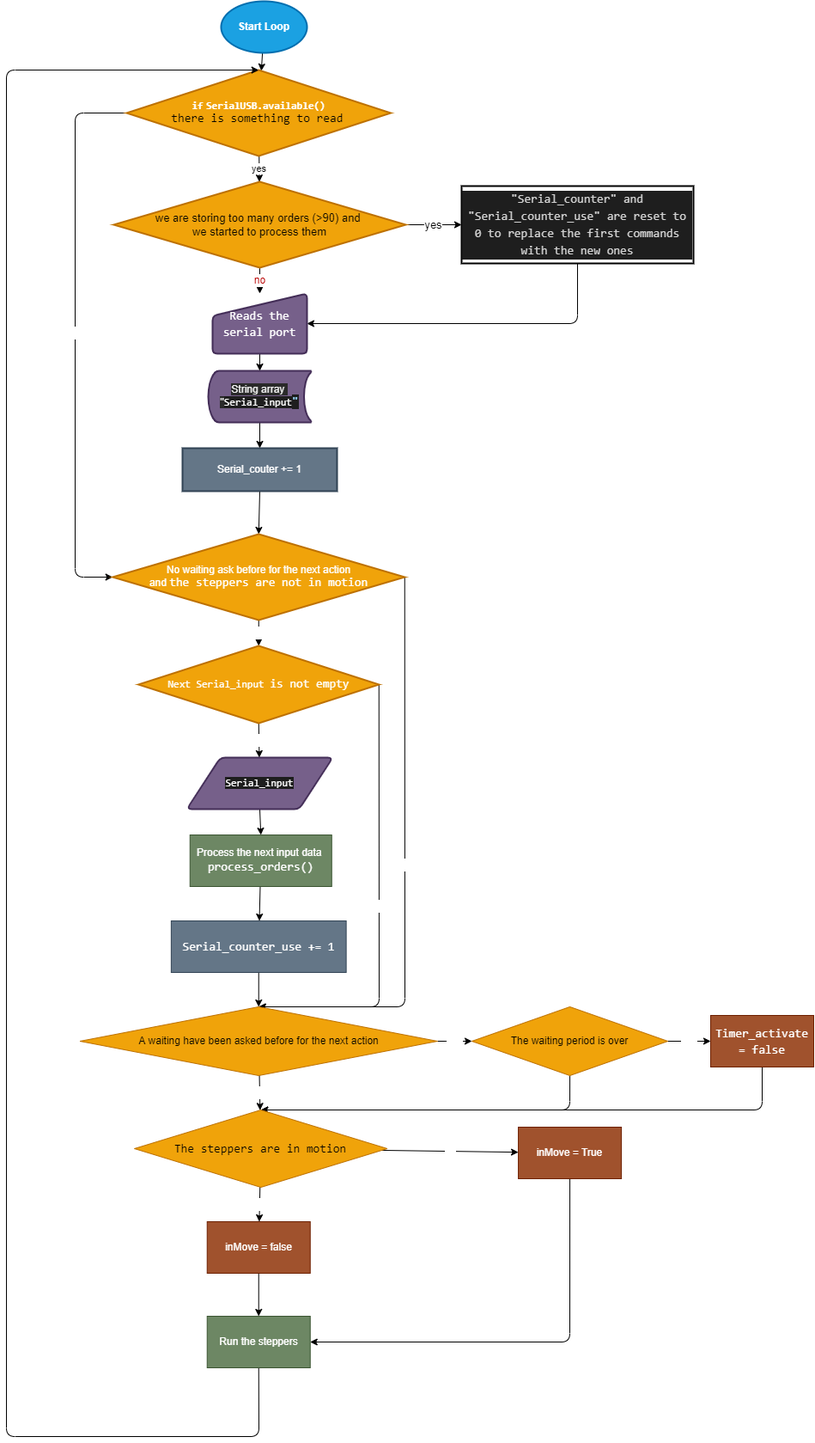
Above: Flow charts/main_loop.png in Thibault-GILLARD/Blue_Robot_2022 (draw.io), before the change. Source tidied: cells renumbered, new cells last; positions are measured from the earlier drawing's top-left corner, leaving out a move shared by most shapes.
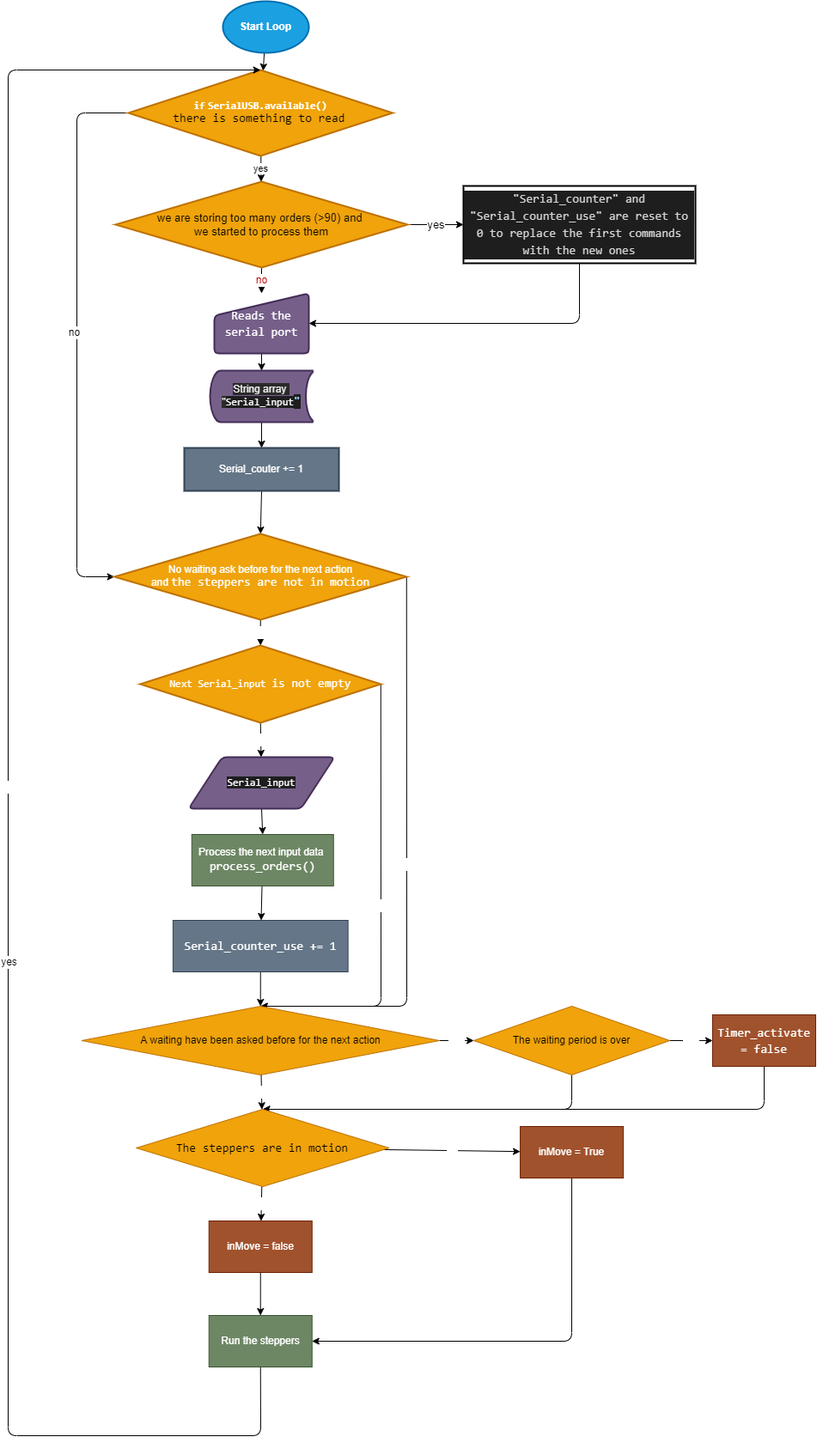
Later version of the same file.

The edit, as a diff of the source:
```diff
@@ -19,7 +19,7 @@
         </Array>
       </mxGeometry>
     </mxCell>
-    <mxCell id="6" value="no" style="edgeLabel;html=1;align=center;verticalAlign=middle;fontSize=12;fontColor=#FFFFFF;" parent="5" vertex="1">
+    <mxCell id="6" value="no" style="edgeLabel;html=1;align=center;verticalAlign=middle;fontSize=12;fontColor=default;" parent="5" vertex="1">
       <mxGeometry x="-0.02" y="-4" relative="1" as="geometry" />
     </mxCell>
     <mxCell id="7" value="&lt;b&gt;&lt;font color=&quot;#ffffff&quot;&gt;&lt;span style=&quot;font-family: &amp;#34;consolas&amp;#34; , &amp;#34;courier new&amp;#34; , monospace&quot;&gt;if&lt;/span&gt;&amp;nbsp;&lt;span style=&quot;font-family: &amp;#34;consolas&amp;#34; , &amp;#34;courier new&amp;#34; , monospace&quot;&gt;SerialUSB&lt;/span&gt;&lt;span style=&quot;font-family: &amp;#34;consolas&amp;#34; , &amp;#34;courier new&amp;#34; , monospace&quot;&gt;.&lt;/span&gt;&lt;span style=&quot;font-family: &amp;#34;consolas&amp;#34; , &amp;#34;courier new&amp;#34; , monospace&quot;&gt;available&lt;/span&gt;&lt;span style=&quot;font-family: &amp;#34;consolas&amp;#34; , &amp;#34;courier new&amp;#34; , monospace&quot;&gt;()&lt;br&gt;&lt;/span&gt;&lt;/font&gt;&lt;/b&gt;&lt;span style=&quot;font-family: &amp;#34;consolas&amp;#34; , &amp;#34;courier new&amp;#34; , monospace ; font-size: 14px&quot;&gt;there is something to read&lt;/span&gt;&lt;b&gt;&amp;nbsp;&lt;/b&gt;&lt;b&gt;&lt;font color=&quot;#ffffff&quot;&gt;&lt;span style=&quot;font-family: &amp;#34;consolas&amp;#34; , &amp;#34;courier new&amp;#34; , monospace&quot;&gt;&lt;br&gt;&lt;/span&gt;&lt;/font&gt;&lt;/b&gt;" style="rhombus;whiteSpace=wrap;html=1;strokeWidth=2;fillColor=#f0a30a;fontColor=#000000;strokeColor=#BD7000;" parent="1" vertex="1">
@@ -163,7 +163,7 @@
     <mxCell id="45" value="inMove = True" style="whiteSpace=wrap;html=1;fontColor=#ffffff;rounded=0;shadow=0;labelBackgroundColor=none;fillColor=#a0522d;strokeColor=#6D1F00;" parent="1" vertex="1">
       <mxGeometry x="596.1" y="1310" width="120" height="60" as="geometry" />
     </mxCell>
-    <mxCell id="46" style="edgeStyle=none;html=1;exitX=0.5;exitY=1;exitDx=0;exitDy=0;fontSize=12;fontColor=#FFFFFF;entryX=0.5;entryY=0;entryDx=0;entryDy=0;" parent="1" edge="1" source="47" target="7">
+    <mxCell id="46" value="yes" style="edgeStyle=none;html=1;exitX=0.5;exitY=1;exitDx=0;exitDy=0;fontSize=12;fontColor=#FFFFFF;entryX=0.5;entryY=0;entryDx=0;entryDy=0;" parent="1" edge="1" source="47" target="7">
       <mxGeometry relative="1" as="geometry">
         <Array as="points">
           <mxPoint x="294" y="1670" />
@@ -172,6 +172,9 @@
         </Array>
       </mxGeometry>
     </mxCell>
+    <mxCell id="48" value="yes" style="edgeLabel;html=1;align=center;verticalAlign=middle;fontSize=12;fontColor=default;" parent="46" vertex="1">
+      <mxGeometry x="-0.18" relative="1" as="geometry" />
+    </mxCell>
     <mxCell id="47" value="Run the steppers" style="whiteSpace=wrap;html=1;fontColor=#ffffff;rounded=0;shadow=0;labelBackgroundColor=none;fillColor=#6d8764;strokeColor=#3A5431;" parent="1" vertex="1">
       <mxGeometry x="233.7" y="1530" width="120" height="60" as="geometry" />
     </mxCell>
```
